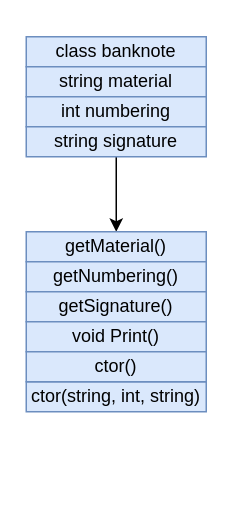
Earlier version of the draw.io diagram Untitled Diagram.drawio (Davud1Ramazanov/classBanknonte). Source tidied: cells renumbered, new cells numbered last; positions are measured from the earlier drawing's top-left corner, leaving out a move shared by most shapes. Both pictures are drawn from the tidied source at 150%, with x=0, y=0 at pixel (26, 36).
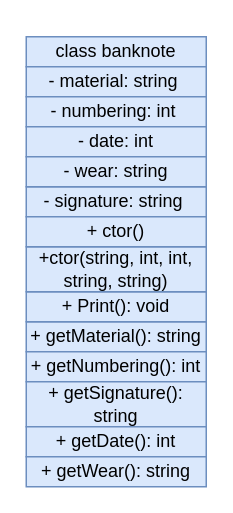
Above is the later version.

The edit, as a diff of the source:
```diff
@@
 <mxGraphModel>
   <root>
-    <mxCell id="0" />
-    <mxCell id="1" parent="0" />
-    <mxCell id="2" style="edgeStyle=orthogonalEdgeStyle;rounded=0;orthogonalLoop=1;jettySize=auto;html=1;" parent="1" edge="1">
-      <mxGeometry relative="1" as="geometry">
-        <mxPoint x="50" y="20" as="sourcePoint" />
-        <mxPoint x="50" y="20" as="targetPoint" />
-      </mxGeometry>
-    </mxCell>
-    <mxCell id="3" style="edgeStyle=orthogonalEdgeStyle;rounded=0;jettySize=auto;html=1;" parent="1" edge="1" source="4" target="5">
-      <mxGeometry relative="1" as="geometry" />
-    </mxCell>
+    <mxCell id="15" />
+    <mxCell id="16" parent="15" />
+    <mxCell id="17" style="edgeStyle=orthogonalEdgeStyle;rounded=0;orthogonalLoop=1;jettySize=auto;html=1;" parent="16" edge="1">
+      <mxGeometry relative="1" as="geometry">
+        <mxPoint x="50" y="20" as="sourcePoint" />
+        <mxPoint x="50" y="20" as="targetPoint" />
+      </mxGeometry>
+    </mxCell>
-    <mxCell id="4" value="class banknote" style="rounded=0;whiteSpace=wrap;html=1;fillColor=#dae8fc;strokeColor=#6c8ebf;" parent="1" vertex="1">
+    <mxCell id="4" value="class banknote" style="rounded=0;whiteSpace=wrap;html=1;fillColor=#dae8fc;strokeColor=#6c8ebf;" parent="16" vertex="1">
       <mxGeometry width="120" height="20" as="geometry" />
     </mxCell>
-    <mxCell id="5" value="string&amp;nbsp;material" style="rounded=0;whiteSpace=wrap;html=1;fillColor=#dae8fc;strokeColor=#6c8ebf;" parent="1" vertex="1">
-      <mxGeometry y="20" width="120" height="20" as="geometry" />
-    </mxCell>
-    <mxCell id="6" value="int&amp;nbsp;numbering" style="rounded=0;whiteSpace=wrap;html=1;fillColor=#dae8fc;strokeColor=#6c8ebf;" parent="1" vertex="1">
-      <mxGeometry y="40" width="120" height="20" as="geometry" />
-    </mxCell>
-    <mxCell id="7" style="edgeStyle=orthogonalEdgeStyle;rounded=0;jettySize=auto;html=1;" parent="1" edge="1" source="8" target="9">
-      <mxGeometry relative="1" as="geometry" />
-    </mxCell>
-    <mxCell id="8" value="string&amp;nbsp;signature" style="rounded=0;whiteSpace=wrap;html=1;fillColor=#dae8fc;strokeColor=#6c8ebf;" parent="1" vertex="1">
-      <mxGeometry y="60" width="120" height="20" as="geometry" />
-    </mxCell>
-    <mxCell id="9" value="getMaterial()" style="rounded=0;whiteSpace=wrap;html=1;fillColor=#dae8fc;strokeColor=#6c8ebf;" parent="1" vertex="1">
-      <mxGeometry y="130" width="120" height="20" as="geometry" />
-    </mxCell>
-    <mxCell id="10" value="getNumbering()" style="rounded=0;whiteSpace=wrap;html=1;fillColor=#dae8fc;strokeColor=#6c8ebf;" parent="1" vertex="1">
-      <mxGeometry y="150" width="120" height="20" as="geometry" />
-    </mxCell>
-    <mxCell id="11" value="getSignature()" style="rounded=0;whiteSpace=wrap;html=1;fillColor=#dae8fc;strokeColor=#6c8ebf;" parent="1" vertex="1">
-      <mxGeometry y="170" width="120" height="20" as="geometry" />
-    </mxCell>
-    <mxCell id="12" value="void Print()" style="rounded=0;whiteSpace=wrap;html=1;fillColor=#dae8fc;strokeColor=#6c8ebf;" parent="1" vertex="1">
-      <mxGeometry y="190" width="120" height="20" as="geometry" />
-    </mxCell>
-    <mxCell id="13" value="ctor(string, int, string)" style="rounded=0;whiteSpace=wrap;html=1;fillColor=#dae8fc;strokeColor=#6c8ebf;" parent="1" vertex="1">
-      <mxGeometry y="230" width="120" height="20" as="geometry" />
-    </mxCell>
-    <mxCell id="14" value="ctor()" style="rounded=0;whiteSpace=wrap;html=1;fillColor=#dae8fc;strokeColor=#6c8ebf;" parent="1" vertex="1">
-      <mxGeometry y="210" width="120" height="20" as="geometry" />
-    </mxCell>
+    <mxCell id="18" value="- material: string&amp;nbsp;" style="rounded=0;whiteSpace=wrap;html=1;fillColor=#dae8fc;strokeColor=#6c8ebf;" parent="16" vertex="1">
+      <mxGeometry y="20" width="120" height="20" as="geometry" />
+    </mxCell>
+    <mxCell id="19" value="- numbering: int&amp;nbsp;" style="rounded=0;whiteSpace=wrap;html=1;fillColor=#dae8fc;strokeColor=#6c8ebf;" parent="16" vertex="1">
+      <mxGeometry y="40" width="120" height="20" as="geometry" />
+    </mxCell>
+    <mxCell id="20" value="- signature: string&amp;nbsp;" style="rounded=0;whiteSpace=wrap;html=1;fillColor=#dae8fc;strokeColor=#6c8ebf;" parent="16" vertex="1">
+      <mxGeometry y="100" width="120" height="20" as="geometry" />
+    </mxCell>
+    <mxCell id="21" value="+ getMaterial(): string" style="rounded=0;whiteSpace=wrap;html=1;fillColor=#dae8fc;strokeColor=#6c8ebf;" parent="16" vertex="1">
+      <mxGeometry y="190" width="120" height="20" as="geometry" />
+    </mxCell>
+    <mxCell id="22" value="+ getNumbering(): int" style="rounded=0;whiteSpace=wrap;html=1;fillColor=#dae8fc;strokeColor=#6c8ebf;" parent="16" vertex="1">
+      <mxGeometry y="210" width="120" height="20" as="geometry" />
+    </mxCell>
+    <mxCell id="23" value="+ getSignature(): string" style="rounded=0;whiteSpace=wrap;html=1;fillColor=#dae8fc;strokeColor=#6c8ebf;" parent="16" vertex="1">
+      <mxGeometry y="230" width="120" height="30" as="geometry" />
+    </mxCell>
+    <mxCell id="24" value="+ Print(): void" style="rounded=0;whiteSpace=wrap;html=1;fillColor=#dae8fc;strokeColor=#6c8ebf;" parent="16" vertex="1">
+      <mxGeometry y="170" width="120" height="20" as="geometry" />
+    </mxCell>
+    <mxCell id="25" value="+ctor(string, int, int, string, string)" style="rounded=0;whiteSpace=wrap;html=1;fillColor=#dae8fc;strokeColor=#6c8ebf;" parent="16" vertex="1">
+      <mxGeometry y="140" width="120" height="30" as="geometry" />
+    </mxCell>
+    <mxCell id="26" value="+ ctor()" style="rounded=0;whiteSpace=wrap;html=1;fillColor=#dae8fc;strokeColor=#6c8ebf;" parent="16" vertex="1">
+      <mxGeometry y="120" width="120" height="20" as="geometry" />
+    </mxCell>
+    <mxCell id="27" value="- date: int" style="rounded=0;whiteSpace=wrap;html=1;fillColor=#dae8fc;strokeColor=#6c8ebf;" parent="16" vertex="1">
+      <mxGeometry y="60" width="120" height="20" as="geometry" />
+    </mxCell>
+    <mxCell id="28" value="- wear: string" style="rounded=0;whiteSpace=wrap;html=1;fillColor=#dae8fc;strokeColor=#6c8ebf;" parent="16" vertex="1">
+      <mxGeometry y="80" width="120" height="20" as="geometry" />
+    </mxCell>
+    <mxCell id="29" value="+ getDate(): int" style="rounded=0;whiteSpace=wrap;html=1;fillColor=#dae8fc;strokeColor=#6c8ebf;" parent="16" vertex="1">
+      <mxGeometry y="260" width="120" height="20" as="geometry" />
+    </mxCell>
+    <mxCell id="30" value="+ getWear(): string" style="rounded=0;whiteSpace=wrap;html=1;fillColor=#dae8fc;strokeColor=#6c8ebf;" parent="16" vertex="1">
+      <mxGeometry y="280" width="120" height="20" as="geometry" />
+    </mxCell>
   </root>
 </mxGraphModel>
```
